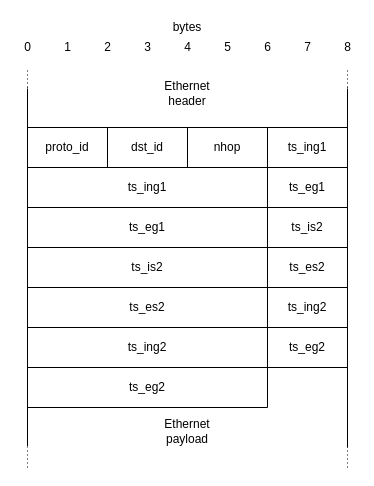
The draw.io diagram page "Header_myTunnel" (2 of 6) of misc/thesis.drawio in alsadiamir/p4Thesis2021, before the edit. Source tidied: cells renumbered, new cells numbered last; positions are measured from the earlier drawing's top-left corner, leaving out a move shared by most shapes. Both pictures are drawn from the tidied source at 100%, with x=0, y=0 at pixel (17, 17).
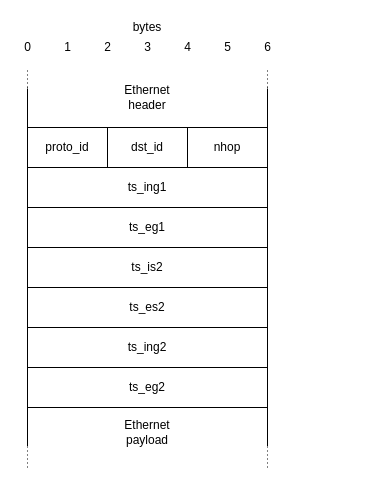
The same page after the edit.

Change to the diagram source:
```diff
@@
-    <mxCell id="2" style="rounded=0;whiteSpace=wrap;html=1;" parent="1" vertex="1">
-      <mxGeometry x="250" y="350" width="80" height="40" as="geometry" />
-    </mxCell>
     <mxCell id="3" style="rounded=0;whiteSpace=wrap;html=1;perimeterSpacing=0;strokeColor=none;" parent="1" vertex="1">
-      <mxGeometry x="10" y="50" width="320" height="20" as="geometry" />
+      <mxGeometry x="10" y="50" width="240" height="20" as="geometry" />
     </mxCell>
-    <mxCell id="4" style="rounded=0;whiteSpace=wrap;html=1;" parent="1" vertex="1">
-      <mxGeometry x="10" y="110" width="320" height="40" as="geometry" />
-    </mxCell>
-    <mxCell id="5" style="rounded=0;whiteSpace=wrap;html=1;" parent="1" vertex="1">
-      <mxGeometry x="10" y="150" width="320" height="40" as="geometry" />
-    </mxCell>
-    <mxCell id="6" style="rounded=0;whiteSpace=wrap;html=1;" parent="1" vertex="1">
-      <mxGeometry x="10" y="190" width="320" height="40" as="geometry" />
-    </mxCell>
-    <mxCell id="7" style="rounded=0;whiteSpace=wrap;html=1;" parent="1" vertex="1">
-      <mxGeometry x="10" y="230" width="320" height="40" as="geometry" />
-    </mxCell>
-    <mxCell id="8" style="rounded=0;whiteSpace=wrap;html=1;" parent="1" vertex="1">
-      <mxGeometry x="10" y="270" width="320" height="40" as="geometry" />
-    </mxCell>
-    <mxCell id="9" style="rounded=0;whiteSpace=wrap;html=1;" parent="1" vertex="1">
-      <mxGeometry x="10" y="310" width="320" height="40" as="geometry" />
-    </mxCell>
@@
-    <mxCell id="13" value="ts_ing1" style="rounded=0;whiteSpace=wrap;html=1;" parent="1" vertex="1">
-      <mxGeometry x="250" y="110" width="80" height="40" as="geometry" />
-    </mxCell>
@@
-    <mxCell id="15" value="ts_eg1" style="rounded=0;whiteSpace=wrap;html=1;" parent="1" vertex="1">
-      <mxGeometry x="250" y="150" width="80" height="40" as="geometry" />
-    </mxCell>
@@
-    <mxCell id="17" value="ts_is2" style="rounded=0;whiteSpace=wrap;html=1;" parent="1" vertex="1">
-      <mxGeometry x="250" y="190" width="80" height="40" as="geometry" />
-    </mxCell>
@@
-    <mxCell id="19" value="ts_es2" style="rounded=0;whiteSpace=wrap;html=1;" parent="1" vertex="1">
-      <mxGeometry x="250" y="230" width="80" height="40" as="geometry" />
-    </mxCell>
@@
-    <mxCell id="21" value="ts_ing2" style="rounded=0;whiteSpace=wrap;html=1;" parent="1" vertex="1">
-      <mxGeometry x="250" y="270" width="80" height="40" as="geometry" />
-    </mxCell>
@@
-    <mxCell id="23" value="ts_eg2" style="rounded=0;whiteSpace=wrap;html=1;" parent="1" vertex="1">
-      <mxGeometry x="250" y="310" width="80" height="40" as="geometry" />
-    </mxCell>
@@
-    <mxCell id="32" value="7" style="text;html=1;align=center;verticalAlign=middle;" parent="1" vertex="1">
-      <mxGeometry x="280" y="20" width="20" height="20" as="geometry" />
-    </mxCell>
-    <mxCell id="33" value="8" style="text;html=1;align=center;verticalAlign=middle;" parent="1" vertex="1">
-      <mxGeometry x="320" y="20" width="20" height="20" as="geometry" />
-    </mxCell>
     <mxCell id="34" style="rounded=0;whiteSpace=wrap;html=1;perimeterSpacing=0;" parent="1" vertex="1">
-      <mxGeometry x="10" y="70" width="320" height="40" as="geometry" />
+      <mxGeometry x="10" y="70" width="240" height="40" as="geometry" />
     </mxCell>
@@
     <mxCell id="37" style="endArrow=none;dashed=1;html=1;dashPattern=1 3;strokeWidth=1;exitX=0;exitY=0;exitDx=0;exitDy=0;" parent="1" edge="1">
       <mxGeometry relative="1" as="geometry">
-        <mxPoint x="330" y="70" as="sourcePoint" />
-        <mxPoint x="330" y="50" as="targetPoint" />
+        <mxPoint x="250" y="70" as="sourcePoint" />
+        <mxPoint x="250" y="50" as="targetPoint" />
       </mxGeometry>
     </mxCell>
     <mxCell id="38" value="Ethernet header" style="text;html=1;strokeColor=none;fillColor=none;align=center;verticalAlign=middle;whiteSpace=wrap;rounded=0;" parent="1" vertex="1">
-      <mxGeometry x="150" y="66" width="40" height="20" as="geometry" />
+      <mxGeometry x="110" y="70" width="40" height="20" as="geometry" />
     </mxCell>
     <mxCell id="39" style="rounded=0;whiteSpace=wrap;html=1;perimeterSpacing=0;strokeColor=none;" parent="1" vertex="1">
-      <mxGeometry x="10" y="430" width="320" height="20" as="geometry" />
+      <mxGeometry x="10" y="430" width="240" height="20" as="geometry" />
     </mxCell>
     <mxCell id="40" style="rounded=0;whiteSpace=wrap;html=1;perimeterSpacing=0;" parent="1" vertex="1">
-      <mxGeometry x="10" y="390" width="320" height="40" as="geometry" />
+      <mxGeometry x="10" y="390" width="240" height="40" as="geometry" />
     </mxCell>
@@
-    <mxCell id="42" style="endArrow=none;html=1;strokeWidth=3;strokeColor=#FFFFFF;entryX=1;entryY=0;entryDx=0;entryDy=0;" parent="1" edge="1">
+    <mxCell id="42" style="endArrow=none;html=1;strokeWidth=3;strokeColor=#FFFFFF;" parent="1" edge="1">
       <mxGeometry relative="1" as="geometry">
         <mxPoint x="10" y="430" as="sourcePoint" />
-        <mxPoint x="330" y="430" as="targetPoint" />
+        <mxPoint x="250" y="430" as="targetPoint" />
       </mxGeometry>
     </mxCell>
-    <mxCell id="43" style="endArrow=none;html=1;strokeWidth=1;exitX=1;exitY=1;exitDx=0;exitDy=0;entryX=1;entryY=0;entryDx=0;entryDy=0;" parent="1" edge="1" source="40" target="2">
-      <mxGeometry relative="1" as="geometry" />
-    </mxCell>
@@
     <mxCell id="46" style="endArrow=none;dashed=1;html=1;dashPattern=1 3;strokeWidth=1;exitX=0;exitY=0;exitDx=0;exitDy=0;" parent="1" edge="1">
       <mxGeometry relative="1" as="geometry">
-        <mxPoint x="330" y="450" as="sourcePoint" />
-        <mxPoint x="330" y="430" as="targetPoint" />
+        <mxPoint x="250" y="450" as="sourcePoint" />
+        <mxPoint x="250" y="430" as="targetPoint" />
       </mxGeometry>
     </mxCell>
     <mxCell id="47" value="Ethernet payload" style="text;html=1;strokeColor=none;fillColor=none;align=center;verticalAlign=middle;whiteSpace=wrap;rounded=0;" parent="1" vertex="1">
-      <mxGeometry x="150" y="404" width="40" height="20" as="geometry" />
+      <mxGeometry x="110" y="405" width="40" height="20" as="geometry" />
     </mxCell>
     <mxCell id="48" value="bytes" style="text;html=1;strokeColor=none;fillColor=none;align=center;verticalAlign=middle;whiteSpace=wrap;rounded=0;" parent="1" vertex="1">
-      <mxGeometry x="150" width="40" height="20" as="geometry" />
+      <mxGeometry x="110" width="40" height="20" as="geometry" />
     </mxCell>
```
